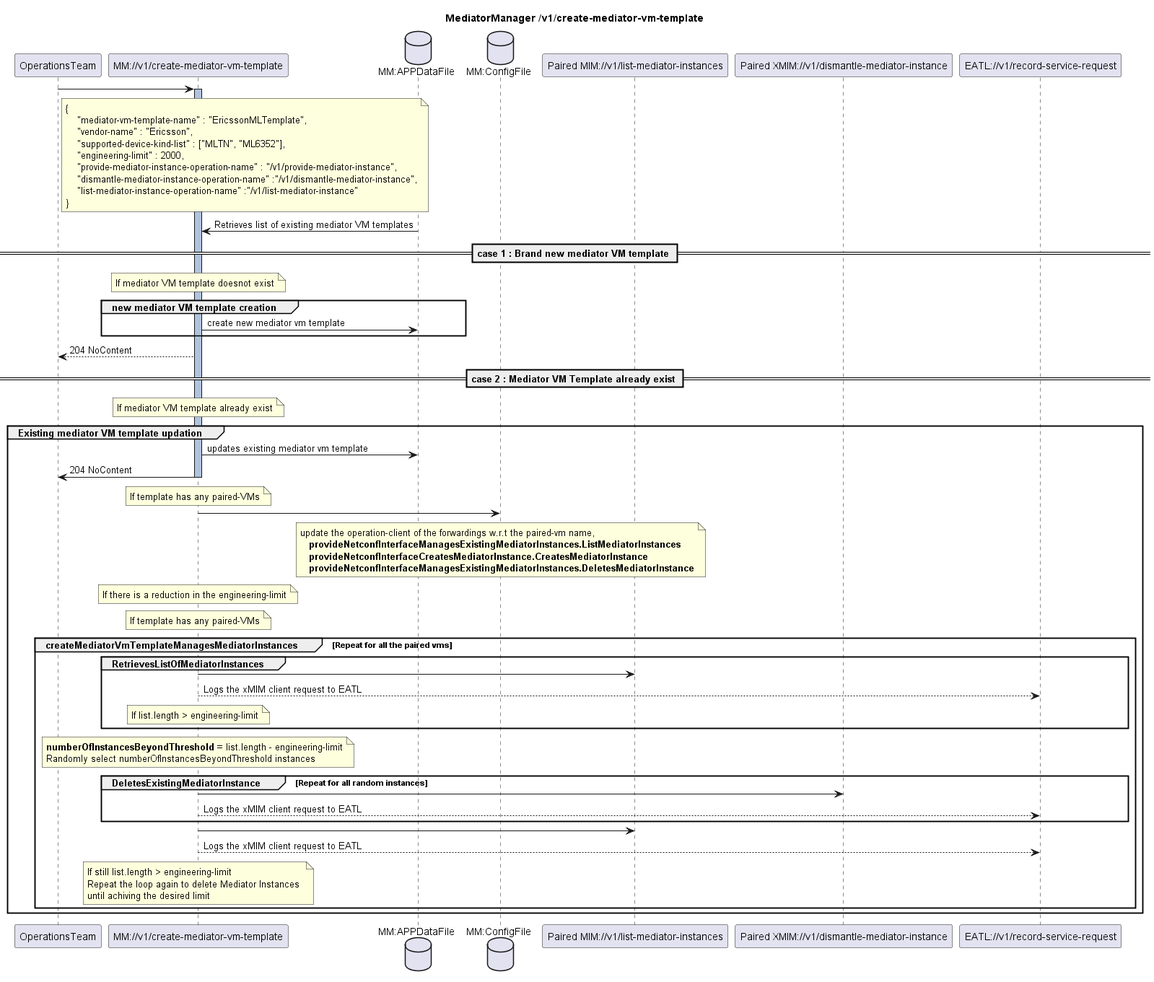
openBackhaul/MediatorManager keeps this PlantUML diagram as spec/diagrams/MediatorVMtemplate/CreateMediatorVmTemplate.png. Above is the earlier version. The source it was exported from:
```plantuml
@startuml CreateMediatorVmTemplate
skinparam responseMessageBelowArrow true

title
MediatorManager /v1/create-mediator-vm-template
end title

participant "OperationsTeam" as OT
participant "MM://v1/create-mediator-vm-template" as MM
database "MM:APPDataFile" as AppData
database "MM:ConfigFile" as ConfigFile
participant "Paired MIM://v1/list-mediator-instances" as MIMList
participant "Paired XMIM://v1/dismantle-mediator-instance" as MIMDel
participant "EATL://v1/record-service-request" as MIMEatl

OT -> MM :
note right OT
    {
        "mediator-vm-template-name" : "EricssonMLTemplate",
        "vendor-name" : "Ericsson",
        "supported-device-kind-list" : ["MLTN", "ML6352"],
        "engineering-limit" : 2000,
        "provide-mediator-instance-operation-name" : "/v1/provide-mediator-instance",
        "dismantle-mediator-instance-operation-name" :"/v1/dismantle-mediator-instance",
        "list-mediator-instance-operation-name" :"/v1/list-mediator-instance"
    }
end note
activate MM #LightSteelBlue

AppData -> MM : Retrieves list of existing mediator VM templates

== case 1 : Brand new mediator VM template ==
note over MM
   If mediator VM template doesnot exist
end note

group new mediator VM template creation
    MM -> AppData :  create new mediator vm template
end

MM --> OT : 204 NoContent

== case 2 : Mediator VM Template already exist ==
note over MM
   If mediator VM template already exist
end note

group Existing mediator VM template updation
    MM -> AppData :  updates existing mediator vm template
    MM -> OT : 204 NoContent
deactivate MM
    note over MM
        If template has any paired-VMs
    end note
    MM -> ConfigFile :
    note over ConfigFile
        update the operation-client of the forwardings w.r.t the paired-vm name,
          <b> provideNetconfInterfaceManagesExistingMediatorInstances.ListMediatorInstances
          <b> provideNetconfInterfaceCreatesMediatorInstance.CreatesMediatorInstance
          <b> provideNetconfInterfaceManagesExistingMediatorInstances.DeletesMediatorInstance
    end note

    note over MM
       If there is a reduction in the engineering-limit
    end note

    note over MM
       If template has any paired-VMs
    end note

    group createMediatorVmTemplateManagesMediatorInstances [Repeat for all the paired vms]
        group RetrievesListOfMediatorInstances
        MM -> MIMList :
        MM --> MIMEatl : Logs the xMIM client request to EATL
        note over MM
            If list.length > engineering-limit
        end note
        end
        note over MM
            <b>numberOfInstancesBeyondThreshold</b> = list.length - engineering-limit
            Randomly select numberOfInstancesBeyondThreshold instances
        end note
        group DeletesExistingMediatorInstance [Repeat for all random instances]
            MM -> MIMDel :
            MM --> MIMEatl : Logs the xMIM client request to EATL
        end note
        MM -> MIMList :
        MM --> MIMEatl : Logs the xMIM client request to EATL
        note over MM
            If still list.length > engineering-limit
            Repeat the loop again to delete Mediator Instances
            until achiving the desired limit
        end note
    end
end

@enduml
```
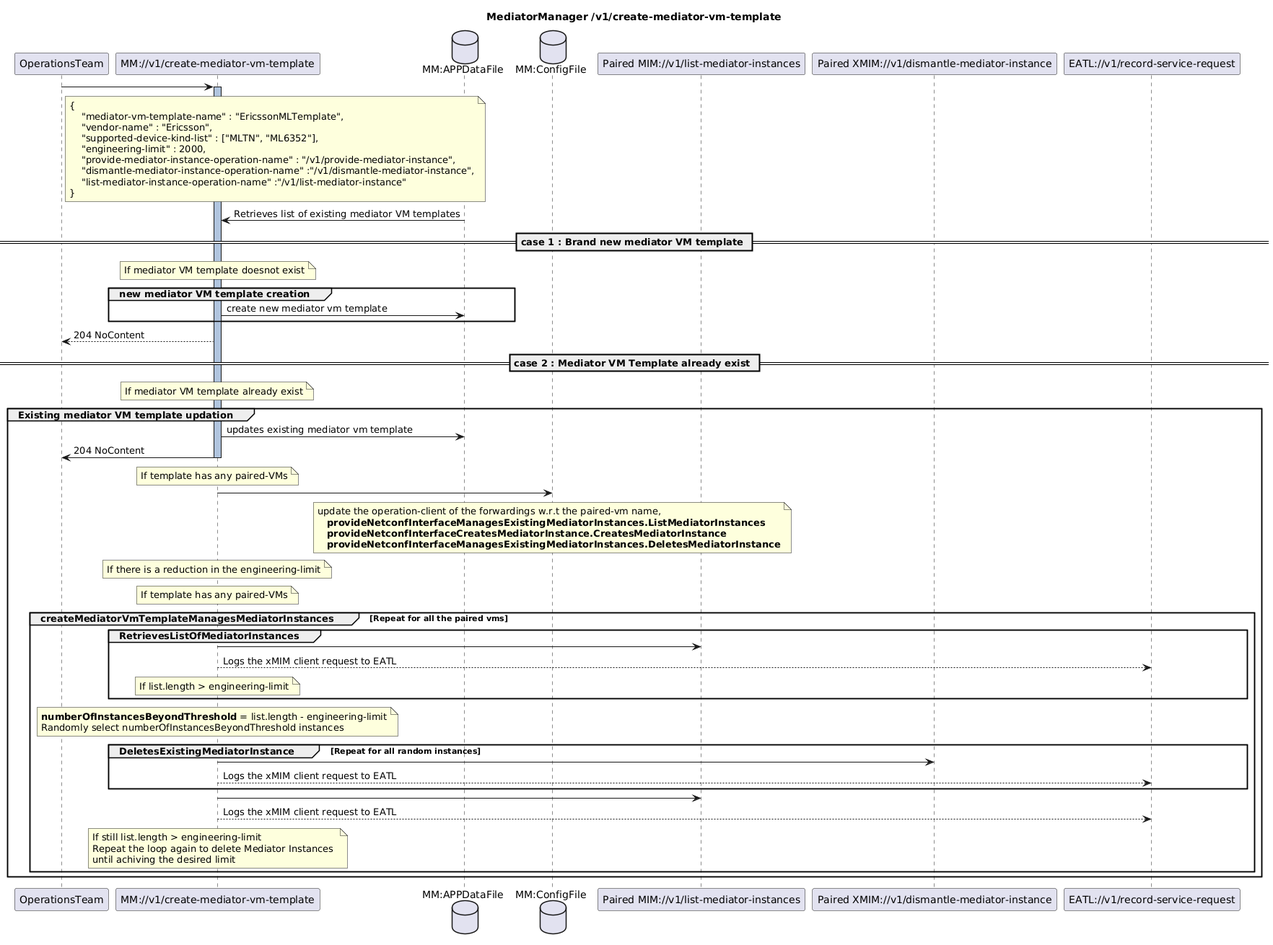
Above is the later version.

The edit, as a diff of the source:
```diff
@@ -1,4 +1,4 @@
-@startuml CreateMediatorVmTemplate
+@startuml
 skinparam responseMessageBelowArrow true
 
 title
@@ -93,5 +93,4 @@
         end note
     end
 end
-
 @enduml
```
